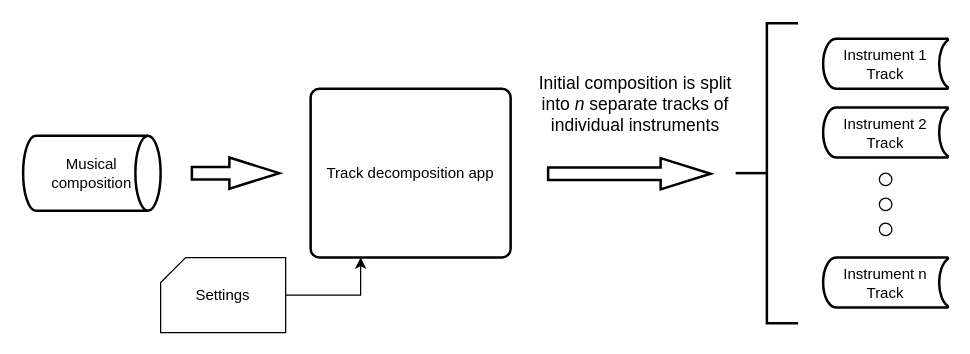
MariusDgr/AudioMining keeps this draw.io diagram as documentation/drawio_files/app_objective.drawio. Above is the earlier version. Source tidied: cells renumbered, new cells numbered last; positions are measured from the earlier drawing's top-left corner, leaving out a move shared by most shapes. Both pictures are drawn from the tidied source at 125%, with x=0, y=0 at pixel (22, 22).
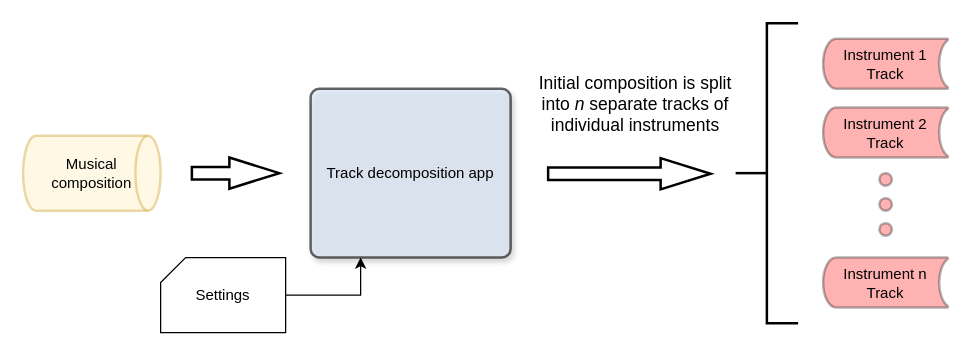
The same page after the edit.

What changed in the source:
```diff
@@
 <mxGraphModel>
   <root>
     <mxCell id="0" />
     <mxCell id="1" parent="0" />
-    <mxCell id="2" value="Musical composition" style="strokeWidth=2;html=1;shape=mxgraph.flowchart.direct_data;whiteSpace=wrap;align=center;" parent="1" vertex="1">
+    <mxCell id="2" value="Musical composition" style="strokeWidth=2;html=1;shape=mxgraph.flowchart.direct_data;whiteSpace=wrap;align=center;fillColor=#fff2cc;strokeColor=#d6b656;opacity=50;" parent="1" vertex="1">
       <mxGeometry y="90" width="110" height="60" as="geometry" />
     </mxCell>
     <mxCell id="3" style="verticalLabelPosition=bottom;verticalAlign=top;html=1;strokeWidth=2;shape=mxgraph.arrows2.arrow;dy=0.6;dx=40;notch=0;" parent="1" vertex="1">
       <mxGeometry x="135" y="107.5" width="70" height="25" as="geometry" />
     </mxCell>
     <mxCell id="4" style="edgeStyle=orthogonalEdgeStyle;rounded=0;jettySize=auto;html=1;entryX=0.25;entryY=1;entryDx=0;entryDy=0;" parent="1" edge="1" source="5" target="7">
       <mxGeometry relative="1" as="geometry" />
     </mxCell>
     <mxCell id="5" value="Settings" style="verticalLabelPosition=middle;verticalAlign=middle;html=1;shape=card;whiteSpace=wrap;size=20;arcSize=12;labelPosition=center;align=center;" parent="1" vertex="1">
       <mxGeometry x="110" y="187.5" width="100" height="60" as="geometry" />
     </mxCell>
     <mxCell id="6" style="verticalLabelPosition=bottom;verticalAlign=top;html=1;strokeWidth=2;shape=mxgraph.arrows2.arrow;dy=0.6;dx=40;notch=0;" parent="1" vertex="1">
       <mxGeometry x="420" y="108" width="130" height="25" as="geometry" />
     </mxCell>
-    <mxCell id="7" value="&lt;span style=&quot;white-space: normal&quot;&gt;Track decomposition app&lt;/span&gt;" style="rounded=1;whiteSpace=wrap;html=1;absoluteArcSize=1;arcSize=14;strokeWidth=2;" parent="1" vertex="1">
+    <mxCell id="7" value="&lt;span style=&quot;white-space: normal&quot;&gt;Track decomposition app&lt;/span&gt;" style="rounded=1;whiteSpace=wrap;html=1;absoluteArcSize=1;arcSize=14;strokeWidth=2;fillColor=#DAE8FC;shadow=1;opacity=60;" parent="1" vertex="1">
       <mxGeometry x="230" y="52.5" width="160" height="135" as="geometry" />
     </mxCell>
     <mxCell id="8" style="strokeWidth=2;html=1;shape=mxgraph.flowchart.annotation_2;align=left;labelPosition=right;" parent="1" vertex="1">
       <mxGeometry x="570" width="50" height="240" as="geometry" />
     </mxCell>
-    <mxCell id="9" value="Instrument 1 Track" style="strokeWidth=2;html=1;shape=mxgraph.flowchart.stored_data;whiteSpace=wrap;" parent="1" vertex="1">
+    <mxCell id="9" value="Instrument 1 Track" style="strokeWidth=2;html=1;shape=mxgraph.flowchart.stored_data;whiteSpace=wrap;fillColor=#FF0000;opacity=30;" parent="1" vertex="1">
       <mxGeometry x="640" y="12.5" width="100" height="40" as="geometry" />
     </mxCell>
-    <mxCell id="10" value="Instrument 2 Track" style="strokeWidth=2;html=1;shape=mxgraph.flowchart.stored_data;whiteSpace=wrap;" parent="1" vertex="1">
+    <mxCell id="10" value="Instrument 2 Track" style="strokeWidth=2;html=1;shape=mxgraph.flowchart.stored_data;whiteSpace=wrap;fillColor=#FF0000;opacity=30;" parent="1" vertex="1">
       <mxGeometry x="640" y="67.5" width="100" height="40" as="geometry" />
     </mxCell>
-    <mxCell id="11" value="Instrument n Track" style="strokeWidth=2;html=1;shape=mxgraph.flowchart.stored_data;whiteSpace=wrap;" parent="1" vertex="1">
+    <mxCell id="11" value="Instrument n Track" style="strokeWidth=2;html=1;shape=mxgraph.flowchart.stored_data;whiteSpace=wrap;fillColor=#FF0000;opacity=30;" parent="1" vertex="1">
       <mxGeometry x="640" y="187.5" width="100" height="40" as="geometry" />
     </mxCell>
-    <mxCell id="12" style="ellipse;whiteSpace=wrap;html=1;" parent="1" vertex="1">
+    <mxCell id="12" style="ellipse;whiteSpace=wrap;html=1;strokeWidth=2;fillColor=#FF0000;opacity=30;" parent="1" vertex="1">
       <mxGeometry x="685" y="120" width="10" height="10" as="geometry" />
     </mxCell>
-    <mxCell id="13" style="ellipse;whiteSpace=wrap;html=1;" parent="1" vertex="1">
+    <mxCell id="13" style="ellipse;whiteSpace=wrap;html=1;strokeWidth=2;fillColor=#FF0000;opacity=30;" parent="1" vertex="1">
       <mxGeometry x="685" y="140" width="10" height="10" as="geometry" />
     </mxCell>
-    <mxCell id="14" style="ellipse;whiteSpace=wrap;html=1;" parent="1" vertex="1">
+    <mxCell id="14" style="ellipse;whiteSpace=wrap;html=1;strokeWidth=2;fillColor=#FF0000;opacity=30;" parent="1" vertex="1">
       <mxGeometry x="685" y="160" width="10" height="10" as="geometry" />
     </mxCell>
     <mxCell id="15" value="Initial composition is split into &lt;i&gt;n&lt;/i&gt; separate tracks of individual instruments" style="text;html=1;strokeColor=none;fillColor=none;align=center;verticalAlign=middle;whiteSpace=wrap;rounded=0;fontSize=14;" parent="1" vertex="1">
       <mxGeometry x="400" y="20" width="180" height="90" as="geometry" />
     </mxCell>
   </root>
 </mxGraphModel>
```
